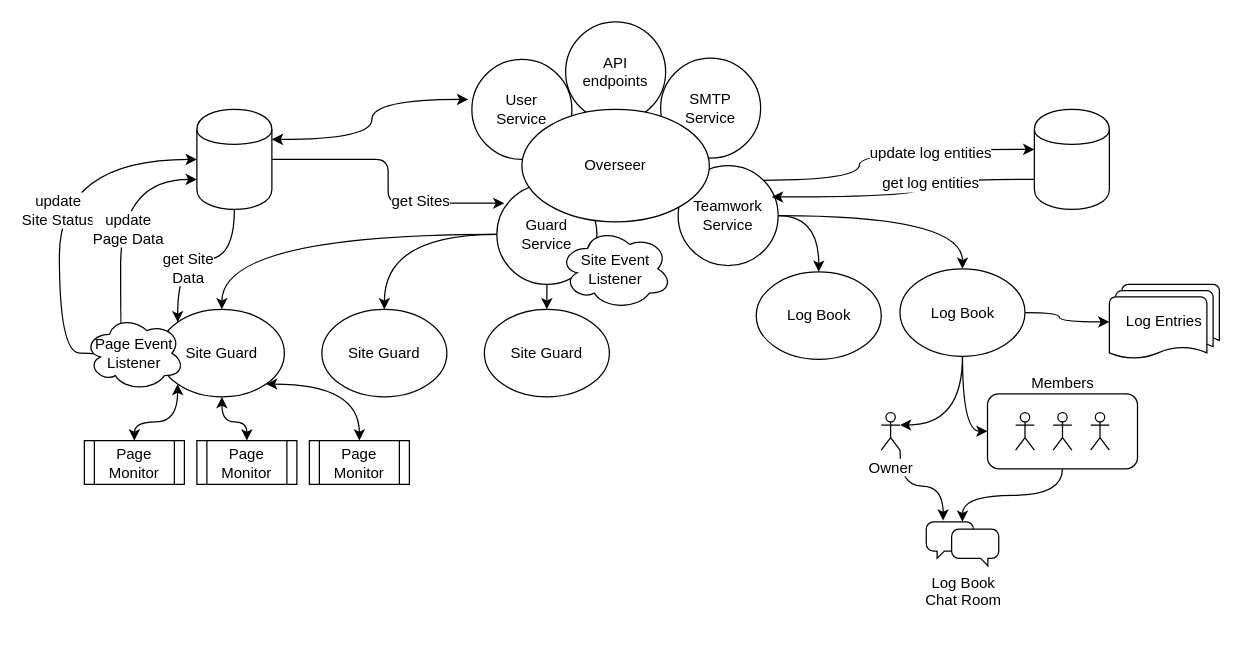
This is documentation/Overall_Flowchart.drawio from evliatsas/metis, a draw.io file, before an edit. Source tidied: cells renumbered, new cells numbered last; positions are measured from the earlier drawing's top-left corner, leaving out a move shared by most shapes. Both pictures are drawn from the tidied source at 125%, with x=0, y=0 at pixel (59, 21).
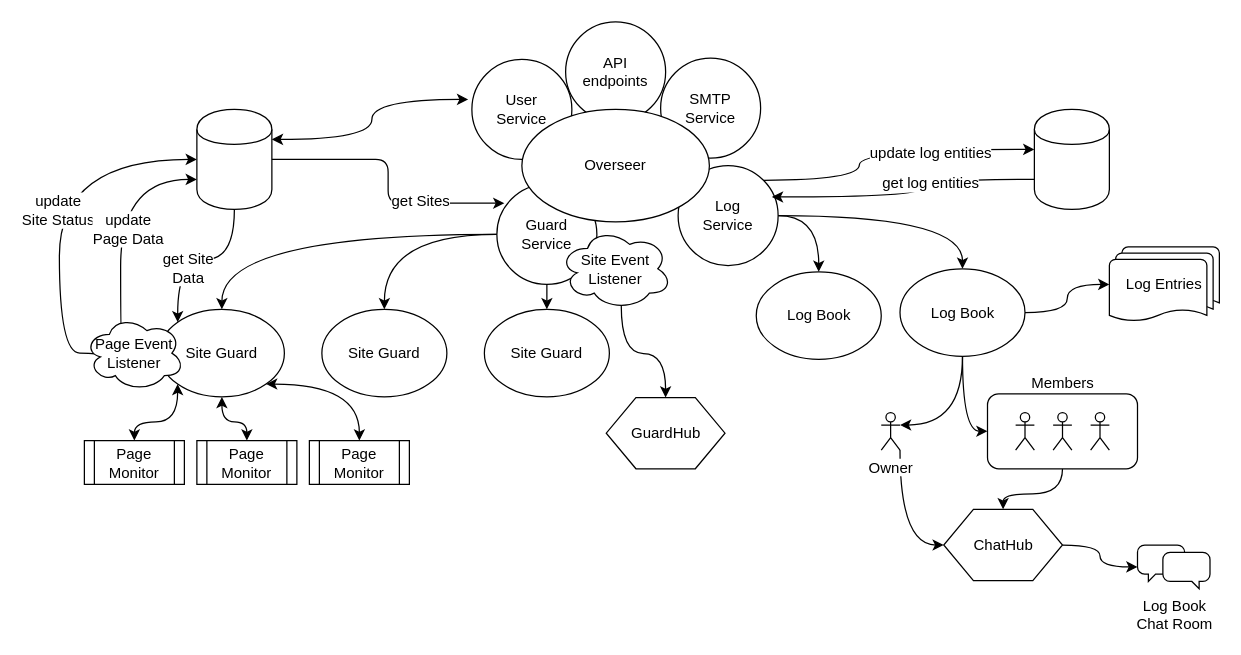
Above is the later version.

The change refers to these unchanged cells:
```xml
<mxCell id="4" value="Members&lt;br&gt;" style="rounded=1;whiteSpace=wrap;html=1;horizontal=1;labelPosition=center;verticalLabelPosition=top;align=center;verticalAlign=bottom;" parent="1" vertex="1">
  <mxGeometry x="742.5" y="297.5" width="120" height="60" as="geometry" />
</mxCell>
<mxCell id="36" value="Site Event&lt;br&gt;Listener&lt;br&gt;" style="ellipse;shape=cloud;whiteSpace=wrap;html=1;" parent="1" vertex="1">
  <mxGeometry x="400" y="165" width="90" height="65" as="geometry" />
</mxCell>
<mxCell id="41" value="Log Book" style="ellipse;whiteSpace=wrap;html=1;" parent="1" vertex="1">
  <mxGeometry x="672.5" y="197.5" width="100" height="70" as="geometry" />
</mxCell>
<mxCell id="47" value="Owner" style="shape=umlActor;verticalLabelPosition=bottom;labelBackgroundColor=#ffffff;verticalAlign=top;html=1;outlineConnect=0;" parent="1" vertex="1">
  <mxGeometry x="657.5" y="312.5" width="15" height="30" as="geometry" />
</mxCell>
```

Change to the diagram source:
```diff
@@
-    <mxCell id="3" style="edgeStyle=orthogonalEdgeStyle;curved=1;rounded=0;jettySize=auto;html=1;exitX=0.5;exitY=1;exitDx=0;exitDy=0;" parent="1" edge="1" source="4" target="52">
+    <mxCell id="3" style="edgeStyle=orthogonalEdgeStyle;curved=1;rounded=0;jettySize=auto;html=1;exitX=0.5;exitY=1;exitDx=0;exitDy=0;entryX=0.5;entryY=0;entryDx=0;entryDy=0;" parent="1" edge="1" source="4" target="56">
       <mxGeometry relative="1" as="geometry" />
     </mxCell>
@@
-    <mxCell id="9" value="Teamwork&lt;br&gt;Service&lt;br&gt;" style="ellipse;whiteSpace=wrap;html=1;" parent="1" vertex="1">
+    <mxCell id="9" value="Log&lt;br&gt;Service&lt;br&gt;" style="ellipse;whiteSpace=wrap;html=1;" parent="1" vertex="1">
       <mxGeometry x="495" y="115" width="80" height="80" as="geometry" />
     </mxCell>
@@
+    <mxCell id="53" style="edgeStyle=orthogonalEdgeStyle;curved=1;rounded=0;jettySize=auto;html=1;exitX=0.55;exitY=0.95;exitDx=0;exitDy=0;exitPerimeter=0;entryX=0.5;entryY=0;entryDx=0;entryDy=0;" parent="1" edge="1" source="36" target="54">
+      <mxGeometry relative="1" as="geometry" />
+    </mxCell>
@@
-    <mxCell id="40" style="edgeStyle=orthogonalEdgeStyle;curved=1;rounded=0;jettySize=auto;html=1;entryX=0;entryY=0.5;entryDx=0;entryDy=0;entryPerimeter=0;" parent="1" edge="1" source="41" target="51">
-      <mxGeometry relative="1" as="geometry">
-        <Array as="points">
-          <mxPoint x="800" y="233" />
-          <mxPoint x="800" y="240" />
-        </Array>
-      </mxGeometry>
+    <mxCell id="40" style="edgeStyle=orthogonalEdgeStyle;curved=1;rounded=0;jettySize=auto;html=1;exitX=1;exitY=0.5;exitDx=0;exitDy=0;entryX=0;entryY=0.5;entryDx=0;entryDy=0;entryPerimeter=0;" parent="1" edge="1" source="41" target="51">
+      <mxGeometry relative="1" as="geometry" />
     </mxCell>
@@
-    <mxCell id="46" style="edgeStyle=orthogonalEdgeStyle;curved=1;rounded=0;jettySize=auto;html=1;exitX=1;exitY=1;exitDx=0;exitDy=0;exitPerimeter=0;entryX=0.233;entryY=-0.029;entryDx=0;entryDy=0;entryPerimeter=0;" parent="1" edge="1" source="47" target="52">
+    <mxCell id="46" style="edgeStyle=orthogonalEdgeStyle;curved=1;rounded=0;jettySize=auto;html=1;exitX=1;exitY=1;exitDx=0;exitDy=0;exitPerimeter=0;entryX=0;entryY=0.5;entryDx=0;entryDy=0;" parent="1" edge="1" source="47" target="56">
       <mxGeometry relative="1" as="geometry" />
     </mxCell>
@@
     <mxCell id="51" value="Log Entries" style="strokeWidth=1;html=1;shape=mxgraph.flowchart.multi-document;whiteSpace=wrap;" parent="1" vertex="1">
-      <mxGeometry x="840" y="210" width="88" height="60" as="geometry" />
+      <mxGeometry x="840" y="180" width="88" height="60" as="geometry" />
     </mxCell>
     <mxCell id="52" value="Log Book&lt;br&gt;Chat Room&lt;br&gt;" style="html=1;verticalLabelPosition=bottom;align=center;labelBackgroundColor=#ffffff;verticalAlign=top;strokeWidth=1;strokeColor=#000000;fillColor=#ffffff;shadow=0;dashed=0;shape=mxgraph.ios7.icons.chat;" parent="1" vertex="1">
-      <mxGeometry x="693.5" y="400" width="58" height="35" as="geometry" />
+      <mxGeometry x="862.5" y="418.5" width="58" height="35" as="geometry" />
     </mxCell>
+    <mxCell id="54" value="GuardHub" style="shape=hexagon;perimeter=hexagonPerimeter2;whiteSpace=wrap;html=1;" parent="1" vertex="1">
+      <mxGeometry x="437.5" y="300.5" width="95" height="57" as="geometry" />
+    </mxCell>
+    <mxCell id="55" style="edgeStyle=orthogonalEdgeStyle;curved=1;rounded=0;jettySize=auto;html=1;exitX=1;exitY=0.5;exitDx=0;exitDy=0;" parent="1" edge="1" source="56" target="52">
+      <mxGeometry relative="1" as="geometry" />
+    </mxCell>
+    <mxCell id="56" value="ChatHub" style="shape=hexagon;perimeter=hexagonPerimeter2;whiteSpace=wrap;html=1;" parent="1" vertex="1">
+      <mxGeometry x="707.5" y="390" width="95" height="57" as="geometry" />
+    </mxCell>
```
